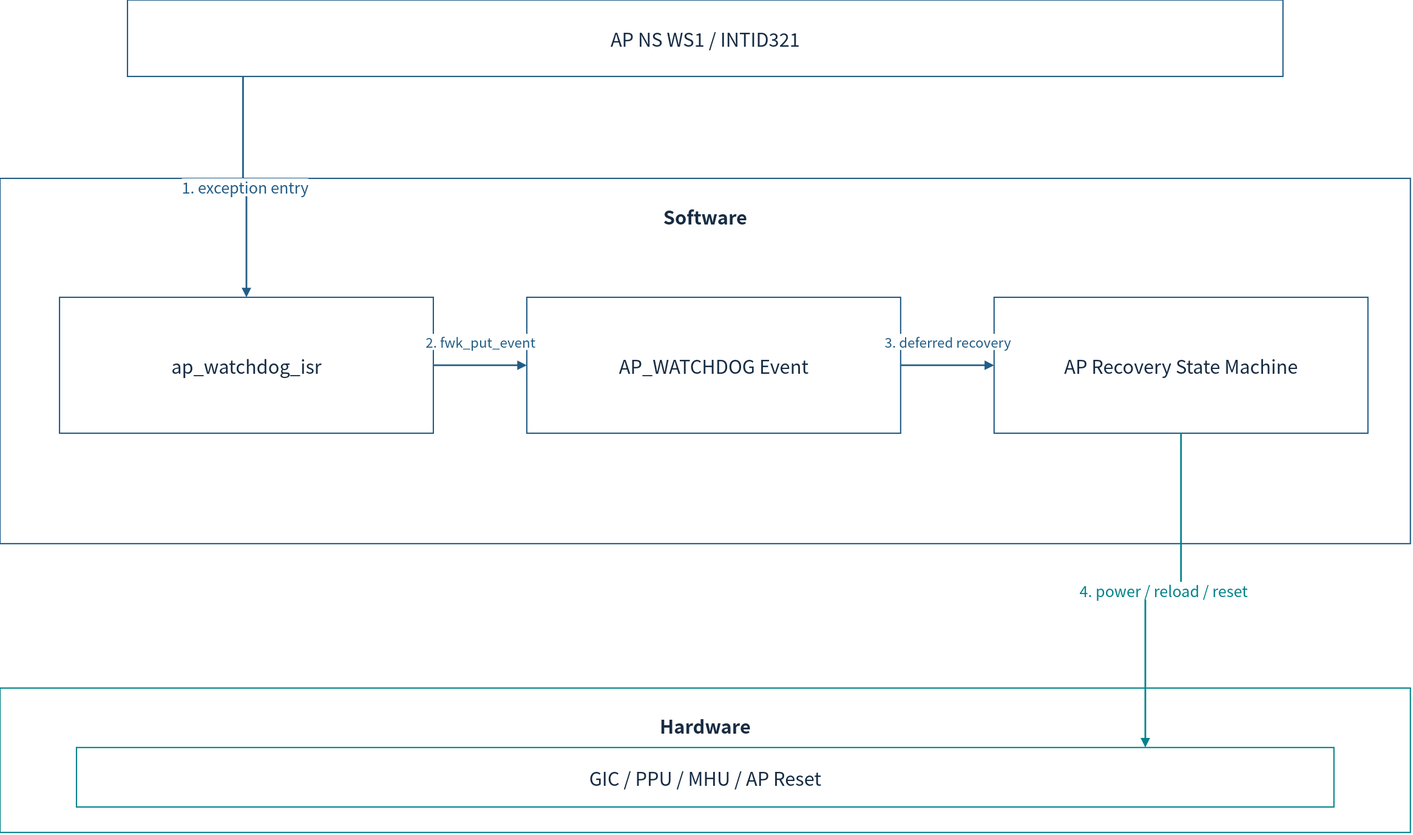
Above: doc/phase1/watchdog/diagrams/08c-scp-software.drawio.svg in cometzero/project-apollo (draw.io), before the change. Source tidied: cells renumbered, new cells last; positions are measured from the earlier drawing's top-left corner, leaving out a move shared by most shapes.
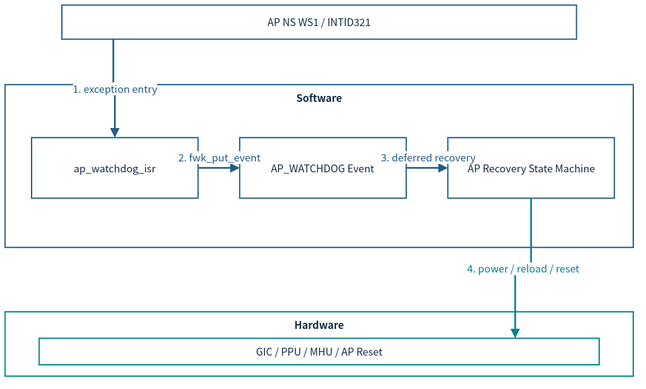
The same diagram one commit later.

Change to the diagram source:
```diff
@@ -2,41 +2,41 @@
   <root>
     <mxCell id="0" />
     <mxCell id="1" parent="0" />
-    <mxCell id="2" value="AP NS WS1 / INTID321" style="rounded=0;whiteSpace=wrap;html=1;fillColor=#FFFFFF;strokeColor=#235D86;strokeWidth=1.5;fontColor=#172C43;fontFamily=Noto Sans CJK KR;fontSize=22;spacing=10;" parent="1" vertex="1">
-      <mxGeometry x="150" width="1360" height="90" as="geometry" />
+    <mxCell id="2" value="AP NS WS1 / INTID321" style="rounded=0;whiteSpace=wrap;html=1;fillColor=#FFFFFF;strokeColor=#235D86;strokeWidth=1.5;fontColor=#172C43;fontFamily=Noto Sans CJK KR;fontSize=12;spacing=3;whiteSpace=wrap;" parent="1" vertex="1">
+      <mxGeometry x="8.9" y="-128" width="606.3" height="40.1" as="geometry" />
     </mxCell>
-    <mxCell id="3" value="Software" style="rounded=0;whiteSpace=wrap;html=1;fillColor=#FFFFFF;strokeColor=#235D86;strokeWidth=1.5;fontColor=#172C43;fontFamily=Noto Sans CJK KR;fontSize=22;spacing=10;verticalAlign=top;fontStyle=1;spacingTop=16;" parent="1" vertex="1">
-      <mxGeometry y="210" width="1660" height="430" as="geometry" />
+    <mxCell id="3" value="Software" style="rounded=0;whiteSpace=wrap;html=1;fillColor=#FFFFFF;strokeColor=#235D86;strokeWidth=1.5;fontColor=#172C43;fontFamily=Noto Sans CJK KR;verticalAlign=top;fontStyle=1;fontSize=12;spacing=3;whiteSpace=wrap;" parent="1" vertex="1">
+      <mxGeometry x="-58" y="-34.4" width="740" height="191.7" as="geometry" />
     </mxCell>
-    <mxCell id="4" value="ap_watchdog_isr" style="rounded=0;whiteSpace=wrap;html=1;fillColor=#FFFFFF;strokeColor=#235D86;strokeWidth=1.5;fontColor=#172C43;fontFamily=Noto Sans CJK KR;fontSize=22;spacing=10;" parent="1" vertex="1">
-      <mxGeometry x="70" y="350" width="440" height="160" as="geometry" />
+    <mxCell id="4" value="ap_watchdog_isr" style="rounded=0;whiteSpace=wrap;html=1;fillColor=#FFFFFF;strokeColor=#235D86;strokeWidth=1.5;fontColor=#172C43;fontFamily=Noto Sans CJK KR;fontSize=12;spacing=3;whiteSpace=wrap;" parent="1" vertex="1">
+      <mxGeometry x="-26.8" y="28" width="196.1" height="71.3" as="geometry" />
     </mxCell>
-    <mxCell id="5" value="AP_WATCHDOG Event" style="rounded=0;whiteSpace=wrap;html=1;fillColor=#FFFFFF;strokeColor=#235D86;strokeWidth=1.5;fontColor=#172C43;fontFamily=Noto Sans CJK KR;fontSize=22;spacing=10;" parent="1" vertex="1">
-      <mxGeometry x="620" y="350" width="440" height="160" as="geometry" />
+    <mxCell id="5" value="AP_WATCHDOG Event" style="rounded=0;whiteSpace=wrap;html=1;fillColor=#FFFFFF;strokeColor=#235D86;strokeWidth=1.5;fontColor=#172C43;fontFamily=Noto Sans CJK KR;fontSize=12;spacing=3;whiteSpace=wrap;" parent="1" vertex="1">
+      <mxGeometry x="218.4" y="28" width="196.1" height="71.3" as="geometry" />
     </mxCell>
-    <mxCell id="6" value="AP Recovery State Machine" style="rounded=0;whiteSpace=wrap;html=1;fillColor=#FFFFFF;strokeColor=#235D86;strokeWidth=1.5;fontColor=#172C43;fontFamily=Noto Sans CJK KR;fontSize=22;spacing=10;" parent="1" vertex="1">
-      <mxGeometry x="1170" y="350" width="440" height="160" as="geometry" />
+    <mxCell id="6" value="AP Recovery State Machine" style="rounded=0;whiteSpace=wrap;html=1;fillColor=#FFFFFF;strokeColor=#235D86;strokeWidth=1.5;fontColor=#172C43;fontFamily=Noto Sans CJK KR;fontSize=12;spacing=3;whiteSpace=wrap;" parent="1" vertex="1">
+      <mxGeometry x="463.6" y="28" width="196.1" height="71.3" as="geometry" />
     </mxCell>
-    <mxCell id="7" value="1. exception entry" style="edgeStyle=orthogonalEdgeStyle;rounded=0;html=1;endArrow=block;endFill=1;strokeWidth=2;strokeColor=#235D86;fontColor=#235D86;fontFamily=Noto Sans CJK KR;fontSize=18;labelBackgroundColor=#FFFFFF;exitX=0.1;exitY=1;entryX=0.5;entryY=0;" parent="1" edge="1" source="2" target="4">
+    <mxCell id="7" value="1. exception entry" style="edgeStyle=orthogonalEdgeStyle;rounded=0;html=1;endArrow=block;endFill=1;strokeWidth=2;strokeColor=#235D86;fontColor=#235D86;fontFamily=Noto Sans CJK KR;labelBackgroundColor=#FFFFFF;exitX=0.1;exitY=1;entryX=0.5;entryY=0;fontSize=12;spacing=3;whiteSpace=nowrap;" parent="1" edge="1" source="2" target="4">
       <mxGeometry relative="1" as="geometry" />
     </mxCell>
-    <mxCell id="8" value="2. fwk_put_event" style="edgeStyle=orthogonalEdgeStyle;rounded=0;html=1;endArrow=block;endFill=1;strokeWidth=2;strokeColor=#235D86;fontColor=#235D86;fontFamily=Noto Sans CJK KR;fontSize=16;labelBackgroundColor=#FFFFFF;" parent="1" edge="1" source="4" target="5">
+    <mxCell id="8" value="2. fwk_put_event" style="edgeStyle=orthogonalEdgeStyle;rounded=0;html=1;endArrow=block;endFill=1;strokeWidth=2;strokeColor=#235D86;fontColor=#235D86;fontFamily=Noto Sans CJK KR;labelBackgroundColor=#FFFFFF;fontSize=12;spacing=3;whiteSpace=nowrap;" parent="1" edge="1" source="4" target="5">
       <mxGeometry relative="1" as="geometry">
-        <mxPoint y="-28" as="offset" />
+        <mxPoint y="-12.5" as="offset" />
       </mxGeometry>
     </mxCell>
-    <mxCell id="9" value="3. deferred recovery" style="edgeStyle=orthogonalEdgeStyle;rounded=0;html=1;endArrow=block;endFill=1;strokeWidth=2;strokeColor=#235D86;fontColor=#235D86;fontFamily=Noto Sans CJK KR;fontSize=16;labelBackgroundColor=#FFFFFF;" parent="1" edge="1" source="5" target="6">
+    <mxCell id="9" value="3. deferred recovery" style="edgeStyle=orthogonalEdgeStyle;rounded=0;html=1;endArrow=block;endFill=1;strokeWidth=2;strokeColor=#235D86;fontColor=#235D86;fontFamily=Noto Sans CJK KR;labelBackgroundColor=#FFFFFF;fontSize=12;spacing=3;whiteSpace=nowrap;" parent="1" edge="1" source="5" target="6">
       <mxGeometry relative="1" as="geometry">
-        <mxPoint y="-28" as="offset" />
+        <mxPoint y="-12.5" as="offset" />
       </mxGeometry>
     </mxCell>
-    <mxCell id="10" value="Hardware" style="rounded=0;whiteSpace=wrap;html=1;fillColor=#FFFFFF;strokeColor=#00838A;strokeWidth=1.5;fontColor=#172C43;fontFamily=Noto Sans CJK KR;fontSize=22;spacing=10;verticalAlign=top;fontStyle=1;spacingTop=16;" parent="1" vertex="1">
-      <mxGeometry y="810" width="1660" height="170" as="geometry" />
+    <mxCell id="10" value="Hardware" style="rounded=0;whiteSpace=wrap;html=1;fillColor=#FFFFFF;strokeColor=#00838A;strokeWidth=1.5;fontColor=#172C43;fontFamily=Noto Sans CJK KR;verticalAlign=top;fontStyle=1;fontSize=12;spacing=3;whiteSpace=wrap;" parent="1" vertex="1">
+      <mxGeometry x="-58" y="233.1" width="740" height="75.8" as="geometry" />
     </mxCell>
-    <mxCell id="11" value="GIC / PPU / MHU / AP Reset" style="rounded=0;whiteSpace=wrap;html=1;fillColor=#FFFFFF;strokeColor=#00838A;strokeWidth=1.5;fontColor=#172C43;fontFamily=Noto Sans CJK KR;fontSize=22;spacing=10;" parent="1" vertex="1">
-      <mxGeometry x="90" y="880" width="1480" height="70" as="geometry" />
+    <mxCell id="11" value="GIC / PPU / MHU / AP Reset" style="rounded=0;whiteSpace=wrap;html=1;fillColor=#FFFFFF;strokeColor=#00838A;strokeWidth=1.5;fontColor=#172C43;fontFamily=Noto Sans CJK KR;fontSize=12;spacing=3;whiteSpace=wrap;" parent="1" vertex="1">
+      <mxGeometry x="-17.9" y="264.3" width="659.8" height="31.2" as="geometry" />
     </mxCell>
-    <mxCell id="12" value="4. power / reload / reset" style="edgeStyle=orthogonalEdgeStyle;rounded=0;html=1;endArrow=block;endFill=1;strokeWidth=2;strokeColor=#00838A;fontColor=#00838A;fontFamily=Noto Sans CJK KR;fontSize=18;labelBackgroundColor=#FFFFFF;exitX=0.5;exitY=1;entryX=0.85;entryY=0;" parent="1" edge="1" source="6" target="11">
+    <mxCell id="12" value="4. power / reload / reset" style="edgeStyle=orthogonalEdgeStyle;rounded=0;html=1;endArrow=block;endFill=1;strokeWidth=2;strokeColor=#00838A;fontColor=#00838A;fontFamily=Noto Sans CJK KR;labelBackgroundColor=#FFFFFF;exitX=0.5;exitY=1;entryX=0.85;entryY=0;fontSize=12;spacing=3;whiteSpace=nowrap;" parent="1" edge="1" source="6" target="11">
       <mxGeometry relative="1" as="geometry" />
     </mxCell>
   </root>
```
